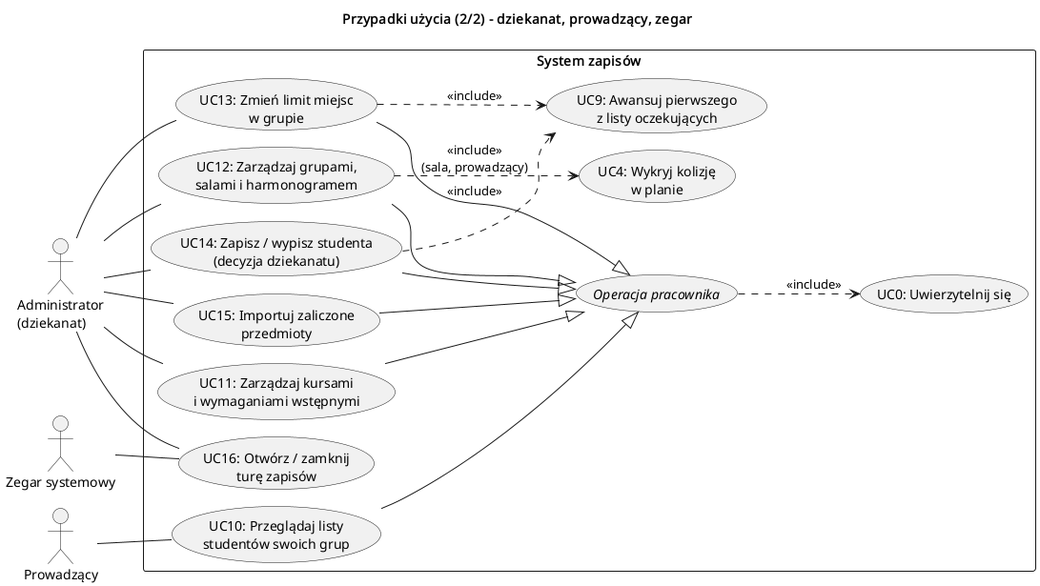
Before: diagramy/przypadki_uzycia_administracja.png, a diagram exported from PlantUML (Husaria55/USOSv2).
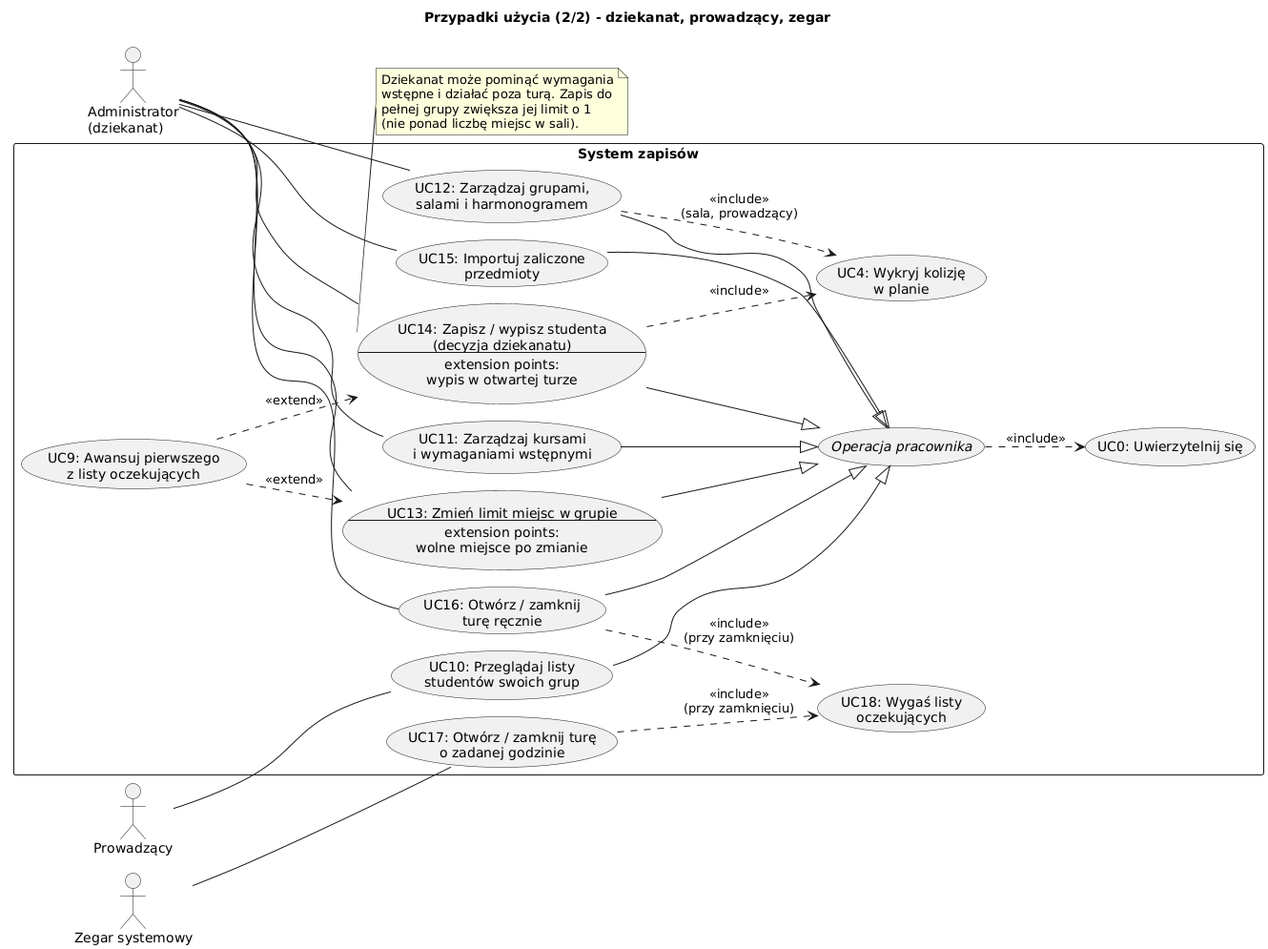
Later version of the same file.

What changed in the source:
```diff
@@ -14,10 +14,19 @@
   usecase "UC10: Przeglądaj listy\nstudentów swoich grup" as UC10
   usecase "UC11: Zarządzaj kursami\ni wymaganiami wstępnymi" as UC11
   usecase "UC12: Zarządzaj grupami,\nsalami i harmonogramem" as UC12
-  usecase "UC13: Zmień limit miejsc\nw grupie" as UC13
-  usecase "UC14: Zapisz / wypisz studenta\n(decyzja dziekanatu)" as UC14
+  usecase UC13 as "UC13: Zmień limit miejsc w grupie
+--
+extension points:
+wolne miejsce po zmianie"
+  usecase UC14 as "UC14: Zapisz / wypisz studenta
+(decyzja dziekanatu)
+--
+extension points:
+wypis w otwartej turze"
   usecase "UC15: Importuj zaliczone\nprzedmioty" as UC15
-  usecase "UC16: Otwórz / zamknij\nturę zapisów" as UC16
+  usecase "UC16: Otwórz / zamknij\nturę ręcznie" as UC16
+  usecase "UC17: Otwórz / zamknij turę\no zadanej godzinie" as UC17
+  usecase "UC18: Wygaś listy\noczekujących" as UC18
   usecase "UC4: Wykryj kolizję\nw planie" as UC4
   usecase "UC9: Awansuj pierwszego\nz listy oczekujących" as UC9
 }
@@ -29,7 +38,7 @@
 A -- UC14
 A -- UC15
 A -- UC16
-Z -- UC16
+Z -- UC17
 
 UC10 --|> OPP
 UC11 --|> OPP
@@ -37,9 +46,20 @@
 UC13 --|> OPP
 UC14 --|> OPP
 UC15 --|> OPP
+UC16 --|> OPP
 OPP ..> UC0 : <<include>>
 
 UC12 ..> UC4 : <<include>>\n(sala, prowadzący)
-UC13 ..> UC9 : <<include>>
-UC14 ..> UC9 : <<include>>
+UC14 ..> UC4 : <<include>>
+UC9 ..> UC13 : <<extend>>
+UC9 ..> UC14 : <<extend>>
+UC16 ..> UC18 : <<include>>\n(przy zamknięciu)
+UC17 ..> UC18 : <<include>>\n(przy zamknięciu)
+
+note bottom of UC14
+  Dziekanat może pominąć wymagania
+  wstępne i działać poza turą. Zapis do
+  pełnej grupy zwiększa jej limit o 1
+  (nie ponad liczbę miejsc w sali).
+end note
 @enduml
```
